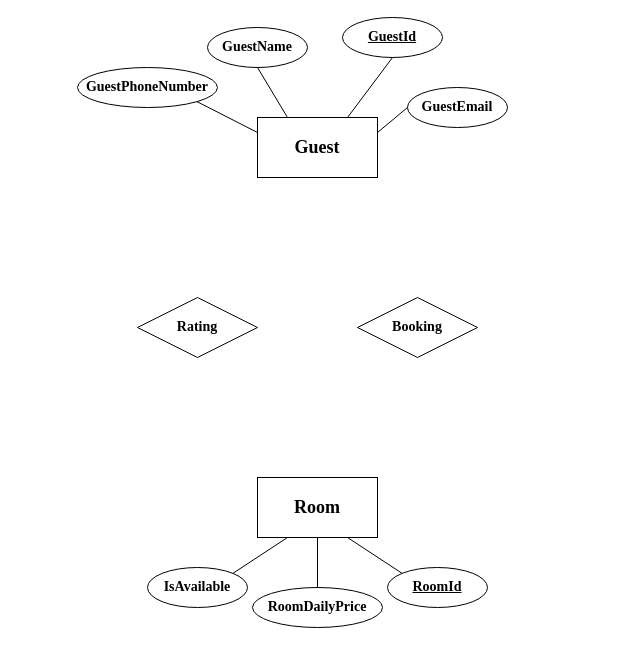
Before: SimpleHotelRoomManagement_EF_Core/ERD/ERD.drawio in rahmaAlmamari/SimpleHotelRoomManagement_EF_Core, a draw.io diagram. Source tidied: cells renumbered, new cells numbered last; positions are measured from the earlier drawing's top-left corner, leaving out a move shared by most shapes. Both pictures are drawn from the tidied source at 100%, with x=0, y=0 at pixel (77, 17).
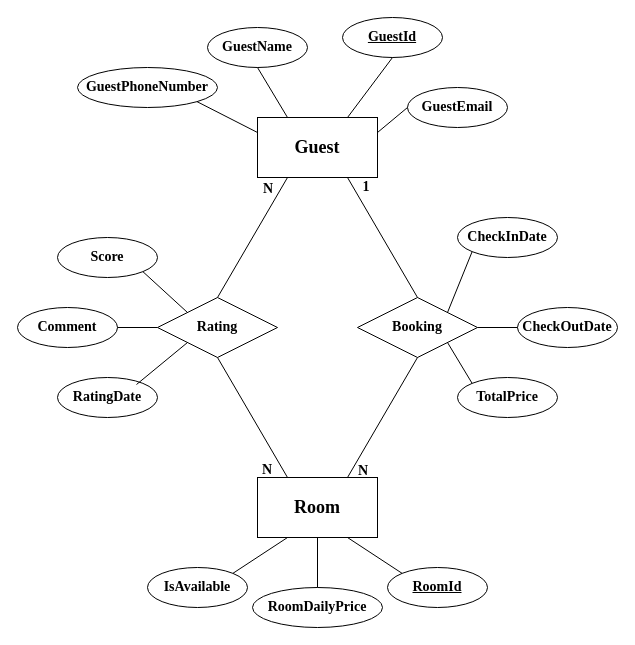
The same diagram, later.

Commit message (it also covers changes not shown here):
Adding ERD to the system

The change refers to these unchanged cells:
```xml
<mxCell id="2" value="&lt;font style=&quot;font-size: 18px;&quot; face=&quot;Times New Roman&quot;&gt;&lt;b&gt;Guest&lt;/b&gt;&lt;/font&gt;" style="rounded=0;whiteSpace=wrap;html=1;" parent="1" vertex="1">
  <mxGeometry x="180" y="100" width="120" height="60" as="geometry" />
</mxCell>
<mxCell id="3" value="&lt;font style=&quot;font-size: 18px;&quot; face=&quot;Times New Roman&quot;&gt;&lt;b&gt;Room&lt;/b&gt;&lt;/font&gt;" style="rounded=0;whiteSpace=wrap;html=1;" parent="1" vertex="1">
  <mxGeometry x="180" y="460" width="120" height="60" as="geometry" />
</mxCell>
<mxCell id="18" value="&lt;font style=&quot;font-size: 14px;&quot; face=&quot;Times New Roman&quot;&gt;&lt;b&gt;Booking&lt;/b&gt;&lt;/font&gt;" style="shape=rhombus;perimeter=rhombusPerimeter;whiteSpace=wrap;html=1;align=center;" parent="1" vertex="1">
  <mxGeometry x="280" y="280" width="120" height="60" as="geometry" />
</mxCell>
```

The edit, as a diff of the source:
```diff
@@
     <mxCell id="19" value="&lt;font style=&quot;font-size: 14px;&quot; face=&quot;Times New Roman&quot;&gt;&lt;b&gt;Rating&lt;/b&gt;&lt;/font&gt;" style="shape=rhombus;perimeter=rhombusPerimeter;whiteSpace=wrap;html=1;align=center;" parent="1" vertex="1">
-      <mxGeometry x="60" y="280" width="120" height="60" as="geometry" />
+      <mxGeometry x="80" y="280" width="120" height="60" as="geometry" />
     </mxCell>
+    <mxCell id="20" style="endArrow=none;html=1;rounded=0;exitX=0.5;exitY=0;exitDx=0;exitDy=0;entryX=0.25;entryY=1;entryDx=0;entryDy=0;" parent="1" edge="1" source="19" target="2">
+      <mxGeometry relative="1" as="geometry" />
+    </mxCell>
+    <mxCell id="21" style="endArrow=none;html=1;rounded=0;exitX=0.75;exitY=0;exitDx=0;exitDy=0;entryX=0.5;entryY=1;entryDx=0;entryDy=0;entryPerimeter=0;" parent="1" edge="1" source="3" target="18">
+      <mxGeometry relative="1" as="geometry" />
+    </mxCell>
+    <mxCell id="22" style="endArrow=none;html=1;rounded=0;exitX=0.75;exitY=1;exitDx=0;exitDy=0;entryX=0.5;entryY=0;entryDx=0;entryDy=0;" parent="1" edge="1" source="2" target="18">
+      <mxGeometry relative="1" as="geometry" />
+    </mxCell>
+    <mxCell id="23" style="endArrow=none;html=1;rounded=0;exitX=0.5;exitY=1;exitDx=0;exitDy=0;entryX=0.25;entryY=0;entryDx=0;entryDy=0;" parent="1" edge="1" source="19" target="3">
+      <mxGeometry relative="1" as="geometry" />
+    </mxCell>
+    <mxCell id="24" value="&lt;font style=&quot;font-size: 14px;&quot; face=&quot;Times New Roman&quot;&gt;&lt;b&gt;TotalPrice&lt;/b&gt;&lt;/font&gt;" style="ellipse;whiteSpace=wrap;html=1;align=center;" parent="1" vertex="1">
+      <mxGeometry x="380" y="360" width="100" height="40" as="geometry" />
+    </mxCell>
+    <mxCell id="25" value="&lt;font style=&quot;font-size: 14px;&quot; face=&quot;Times New Roman&quot;&gt;&lt;b&gt;CheckOutDate&lt;/b&gt;&lt;/font&gt;" style="ellipse;whiteSpace=wrap;html=1;align=center;" parent="1" vertex="1">
+      <mxGeometry x="440" y="290" width="100" height="40" as="geometry" />
+    </mxCell>
+    <mxCell id="26" value="&lt;font style=&quot;font-size: 14px;&quot; face=&quot;Times New Roman&quot;&gt;&lt;b&gt;CheckInDate&lt;/b&gt;&lt;/font&gt;" style="ellipse;whiteSpace=wrap;html=1;align=center;" parent="1" vertex="1">
+      <mxGeometry x="380" y="200" width="100" height="40" as="geometry" />
+    </mxCell>
+    <mxCell id="27" value="&lt;font face=&quot;Times New Roman&quot; style=&quot;font-size: 14px;&quot;&gt;&lt;b&gt;Score&lt;/b&gt;&lt;/font&gt;" style="ellipse;whiteSpace=wrap;html=1;align=center;" parent="1" vertex="1">
+      <mxGeometry x="-20" y="220" width="100" height="40" as="geometry" />
+    </mxCell>
+    <mxCell id="28" value="&lt;font style=&quot;font-size: 14px;&quot; face=&quot;Times New Roman&quot;&gt;&lt;b&gt;RatingDate&lt;/b&gt;&lt;/font&gt;" style="ellipse;whiteSpace=wrap;html=1;align=center;" parent="1" vertex="1">
+      <mxGeometry x="-20" y="360" width="100" height="40" as="geometry" />
+    </mxCell>
+    <mxCell id="29" value="&lt;font style=&quot;font-size: 14px;&quot; face=&quot;Times New Roman&quot;&gt;&lt;b&gt;Comment&lt;/b&gt;&lt;/font&gt;" style="ellipse;whiteSpace=wrap;html=1;align=center;" parent="1" vertex="1">
+      <mxGeometry x="-60" y="290" width="100" height="40" as="geometry" />
+    </mxCell>
+    <mxCell id="30" style="endArrow=none;html=1;rounded=0;entryX=0;entryY=0;entryDx=0;entryDy=0;exitX=1;exitY=1;exitDx=0;exitDy=0;" parent="1" edge="1" source="18" target="24">
+      <mxGeometry relative="1" as="geometry" />
+    </mxCell>
+    <mxCell id="31" style="endArrow=none;html=1;rounded=0;entryX=0;entryY=0.5;entryDx=0;entryDy=0;exitX=1;exitY=0.5;exitDx=0;exitDy=0;" parent="1" edge="1" source="18" target="25">
+      <mxGeometry relative="1" as="geometry" />
+    </mxCell>
+    <mxCell id="32" style="endArrow=none;html=1;rounded=0;entryX=0;entryY=1;entryDx=0;entryDy=0;exitX=1;exitY=0;exitDx=0;exitDy=0;" parent="1" edge="1" source="18" target="26">
+      <mxGeometry relative="1" as="geometry" />
+    </mxCell>
+    <mxCell id="33" style="endArrow=none;html=1;rounded=0;exitX=1;exitY=1;exitDx=0;exitDy=0;entryX=0;entryY=0;entryDx=0;entryDy=0;" parent="1" edge="1" source="27" target="19">
+      <mxGeometry relative="1" as="geometry" />
+    </mxCell>
+    <mxCell id="34" style="endArrow=none;html=1;rounded=0;exitX=1;exitY=0.5;exitDx=0;exitDy=0;entryX=0;entryY=0.5;entryDx=0;entryDy=0;" parent="1" edge="1" source="29" target="19">
+      <mxGeometry relative="1" as="geometry" />
+    </mxCell>
+    <mxCell id="35" style="endArrow=none;html=1;rounded=0;exitX=0.79;exitY=0.175;exitDx=0;exitDy=0;exitPerimeter=0;entryX=0;entryY=1;entryDx=0;entryDy=0;" parent="1" edge="1" source="28" target="19">
+      <mxGeometry relative="1" as="geometry" />
+    </mxCell>
+    <mxCell id="36" value="&lt;font style=&quot;font-size: 14px;&quot; face=&quot;Times New Roman&quot;&gt;&lt;b&gt;N&lt;/b&gt;&lt;/font&gt;" style="text;html=1;align=center;verticalAlign=middle;whiteSpace=wrap;rounded=0;" parent="1" vertex="1">
+      <mxGeometry x="160" y="438" width="60" height="30" as="geometry" />
+    </mxCell>
+    <mxCell id="37" value="&lt;font style=&quot;font-size: 14px;&quot; face=&quot;Times New Roman&quot;&gt;&lt;b&gt;N&lt;/b&gt;&lt;/font&gt;" style="text;html=1;align=center;verticalAlign=middle;whiteSpace=wrap;rounded=0;" parent="1" vertex="1">
+      <mxGeometry x="256" y="439" width="60" height="30" as="geometry" />
+    </mxCell>
+    <mxCell id="38" value="&lt;font style=&quot;font-size: 14px;&quot; face=&quot;Times New Roman&quot;&gt;&lt;b&gt;N&lt;/b&gt;&lt;/font&gt;" style="text;html=1;align=center;verticalAlign=middle;whiteSpace=wrap;rounded=0;" parent="1" vertex="1">
+      <mxGeometry x="161" y="157" width="60" height="30" as="geometry" />
+    </mxCell>
+    <mxCell id="39" value="&lt;font style=&quot;font-size: 14px;&quot; face=&quot;Times New Roman&quot;&gt;&lt;b&gt;1&lt;/b&gt;&lt;/font&gt;" style="text;html=1;align=center;verticalAlign=middle;whiteSpace=wrap;rounded=0;" parent="1" vertex="1">
+      <mxGeometry x="259" y="155" width="60" height="30" as="geometry" />
+    </mxCell>
```
